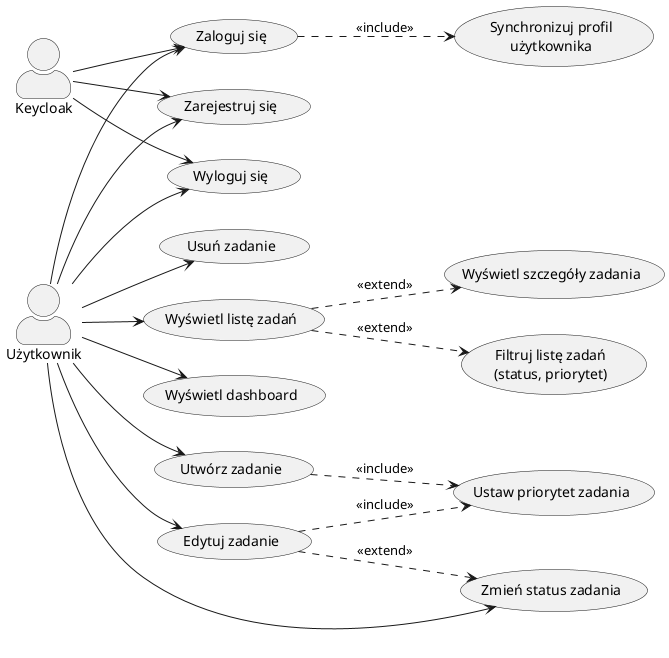
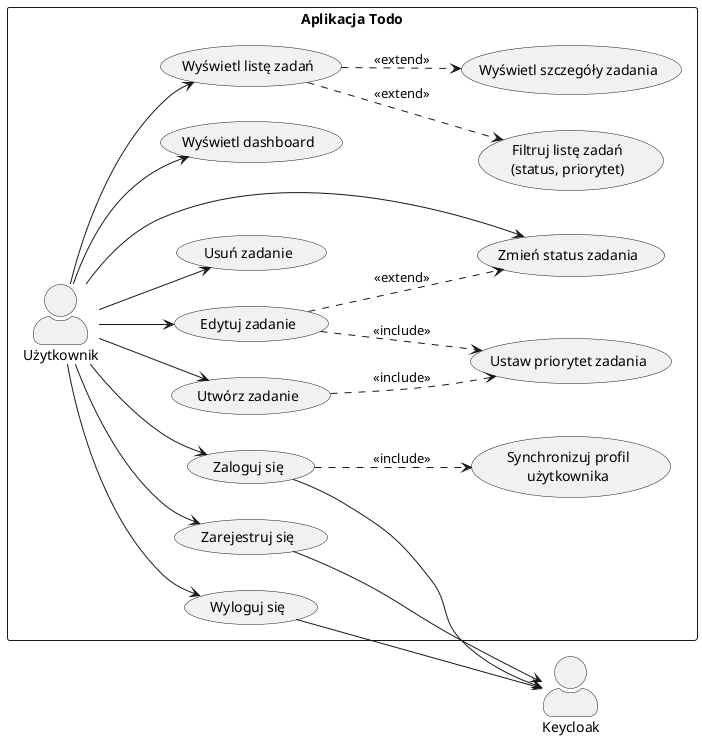
@startuml
left to right direction
skinparam actorStyle awesome
+ skinparam packageStyle rectangle

- actor "Użytkownik" as User
actor "Keycloak" as KC

- usecase "Zaloguj się" as UC1
- usecase "Zarejestruj się" as UC2
- usecase "Wyloguj się" as UC3
- usecase "Utwórz zadanie" as UC4
- usecase "Edytuj zadanie" as UC5
- usecase "Usuń zadanie" as UC6
- usecase "Wyświetl listę zadań" as UC7
- usecase "Filtruj listę zadań\n(status, priorytet)" as UC8
- usecase "Wyświetl dashboard" as UC11
- usecase "Wyświetl szczegóły zadania" as UC12
- usecase "Zmień status zadania" as UC13
- usecase "Ustaw priorytet zadania" as UC14
- usecase "Synchronizuj profil\nużytkownika" as UC15
+ rectangle "Aplikacja Todo" {
+     actor "Użytkownik" as User
+ 
+     usecase "Zaloguj się" as UC1
+     usecase "Zarejestruj się" as UC2
+     usecase "Wyloguj się" as UC3
+     usecase "Utwórz zadanie" as UC4
+     usecase "Edytuj zadanie" as UC5
+     usecase "Usuń zadanie" as UC6
+     usecase "Wyświetl listę zadań" as UC7
+     usecase "Filtruj listę zadań\n(status, priorytet)" as UC8
+     usecase "Wyświetl dashboard" as UC11
+     usecase "Wyświetl szczegóły zadania" as UC12
+     usecase "Zmień status zadania" as UC13
+     usecase "Ustaw priorytet zadania" as UC14
+     usecase "Synchronizuj profil\nużytkownika" as UC15
+ 
+     UC4 ..> UC14 : <<include>>
+     UC5 ..> UC14 : <<include>>
+     UC5 ..> UC13 : <<extend>>
+     UC7 ..> UC8 : <<extend>>
+     UC7 ..> UC12 : <<extend>>
+     UC1 ..> UC15 : <<include>>
+ }

User --> UC1
User --> UC2
User --> UC3
User --> UC4
User --> UC5
User --> UC6
User --> UC7
User --> UC11
User --> UC13

- UC4 ..> UC14 : <<include>>
- UC5 ..> UC14 : <<include>>
- UC5 ..> UC13 : <<extend>>
- UC7 ..> UC8 : <<extend>>
- UC7 ..> UC12 : <<extend>>
- UC1 ..> UC15 : <<include>>
- 
- KC --> UC1
- KC --> UC2
- KC --> UC3
+ UC1 --> KC
+ UC2 --> KC
+ UC3 --> KC

@enduml
